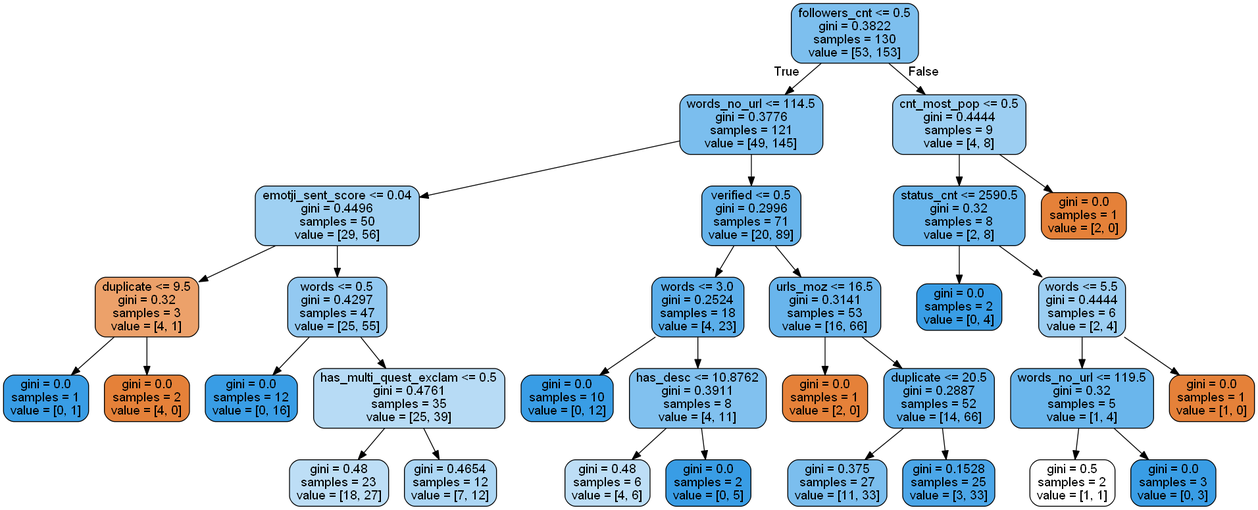
Above: Python/twitter_filter/trees/dtree8.png in burningskies42/Twitter_Analytics (Graphviz), before the change. Its source is kept beside it as Python/twitter_filter/trees/dtree8.dot. Source of this version:
```dot
digraph Tree {
node [shape=box, style="filled, rounded", color="black", fontname=helvetica] ;
edge [fontname=helvetica] ;
0 [label="followers_cnt <= 0.5\ngini = 0.3822\nsamples = 130\nvalue = [53, 153]", fillcolor="#399de5a7"] ;
1 [label="words_no_url <= 114.5\ngini = 0.3776\nsamples = 121\nvalue = [49, 145]", fillcolor="#399de5a9"] ;
0 -> 1 [labeldistance=2.5, labelangle=45, headlabel="True"] ;
2 [label="emotji_sent_score <= 0.04\ngini = 0.4496\nsamples = 50\nvalue = [29, 56]", fillcolor="#399de57b"] ;
1 -> 2 ;
3 [label="duplicate <= 9.5\ngini = 0.32\nsamples = 3\nvalue = [4, 1]", fillcolor="#e58139bf"] ;
2 -> 3 ;
4 [label="gini = 0.0\nsamples = 1\nvalue = [0, 1]", fillcolor="#399de5ff"] ;
3 -> 4 ;
5 [label="gini = 0.0\nsamples = 2\nvalue = [4, 0]", fillcolor="#e58139ff"] ;
3 -> 5 ;
6 [label="words <= 0.5\ngini = 0.4297\nsamples = 47\nvalue = [25, 55]", fillcolor="#399de58b"] ;
2 -> 6 ;
7 [label="gini = 0.0\nsamples = 12\nvalue = [0, 16]", fillcolor="#399de5ff"] ;
6 -> 7 ;
8 [label="has_multi_quest_exclam <= 0.5\ngini = 0.4761\nsamples = 35\nvalue = [25, 39]", fillcolor="#399de55c"] ;
6 -> 8 ;
9 [label="gini = 0.48\nsamples = 23\nvalue = [18, 27]", fillcolor="#399de555"] ;
8 -> 9 ;
10 [label="gini = 0.4654\nsamples = 12\nvalue = [7, 12]", fillcolor="#399de56a"] ;
8 -> 10 ;
11 [label="verified <= 0.5\ngini = 0.2996\nsamples = 71\nvalue = [20, 89]", fillcolor="#399de5c6"] ;
1 -> 11 ;
12 [label="words <= 3.0\ngini = 0.2524\nsamples = 18\nvalue = [4, 23]", fillcolor="#399de5d3"] ;
11 -> 12 ;
13 [label="gini = 0.0\nsamples = 10\nvalue = [0, 12]", fillcolor="#399de5ff"] ;
12 -> 13 ;
14 [label="has_desc <= 10.8762\ngini = 0.3911\nsamples = 8\nvalue = [4, 11]", fillcolor="#399de5a2"] ;
12 -> 14 ;
15 [label="gini = 0.48\nsamples = 6\nvalue = [4, 6]", fillcolor="#399de555"] ;
14 -> 15 ;
16 [label="gini = 0.0\nsamples = 2\nvalue = [0, 5]", fillcolor="#399de5ff"] ;
14 -> 16 ;
17 [label="urls_moz <= 16.5\ngini = 0.3141\nsamples = 53\nvalue = [16, 66]", fillcolor="#399de5c1"] ;
11 -> 17 ;
18 [label="gini = 0.0\nsamples = 1\nvalue = [2, 0]", fillcolor="#e58139ff"] ;
17 -> 18 ;
19 [label="duplicate <= 20.5\ngini = 0.2887\nsamples = 52\nvalue = [14, 66]", fillcolor="#399de5c9"] ;
17 -> 19 ;
20 [label="gini = 0.375\nsamples = 27\nvalue = [11, 33]", fillcolor="#399de5aa"] ;
19 -> 20 ;
21 [label="gini = 0.1528\nsamples = 25\nvalue = [3, 33]", fillcolor="#399de5e8"] ;
19 -> 21 ;
22 [label="cnt_most_pop <= 0.5\ngini = 0.4444\nsamples = 9\nvalue = [4, 8]", fillcolor="#399de57f"] ;
0 -> 22 [labeldistance=2.5, labelangle=-45, headlabel="False"] ;
23 [label="status_cnt <= 2590.5\ngini = 0.32\nsamples = 8\nvalue = [2, 8]", fillcolor="#399de5bf"] ;
22 -> 23 ;
24 [label="gini = 0.0\nsamples = 2\nvalue = [0, 4]", fillcolor="#399de5ff"] ;
23 -> 24 ;
25 [label="words <= 5.5\ngini = 0.4444\nsamples = 6\nvalue = [2, 4]", fillcolor="#399de57f"] ;
23 -> 25 ;
26 [label="words_no_url <= 119.5\ngini = 0.32\nsamples = 5\nvalue = [1, 4]", fillcolor="#399de5bf"] ;
25 -> 26 ;
27 [label="gini = 0.5\nsamples = 2\nvalue = [1, 1]", fillcolor="#e5813900"] ;
26 -> 27 ;
28 [label="gini = 0.0\nsamples = 3\nvalue = [0, 3]", fillcolor="#399de5ff"] ;
26 -> 28 ;
29 [label="gini = 0.0\nsamples = 1\nvalue = [1, 0]", fillcolor="#e58139ff"] ;
25 -> 29 ;
30 [label="gini = 0.0\nsamples = 1\nvalue = [2, 0]", fillcolor="#e58139ff"] ;
22 -> 30 ;
}
```
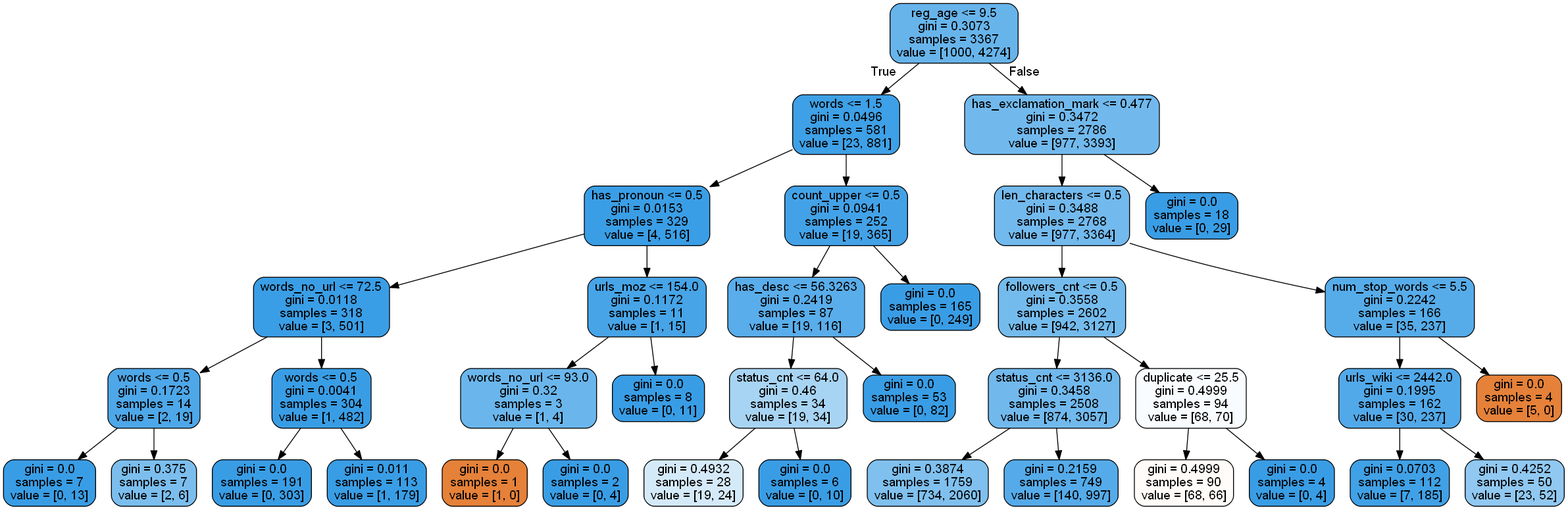
After the change.

Diff of the diagram source:
```diff
@@ -1,65 +1,77 @@
 digraph Tree {
 node [shape=box, style="filled, rounded", color="black", fontname=helvetica] ;
 edge [fontname=helvetica] ;
-0 [label="followers_cnt <= 0.5\ngini = 0.3822\nsamples = 130\nvalue = [53, 153]", fillcolor="#399de5a7"] ;
-1 [label="words_no_url <= 114.5\ngini = 0.3776\nsamples = 121\nvalue = [49, 145]", fillcolor="#399de5a9"] ;
+0 [label="reg_age <= 9.5\ngini = 0.3073\nsamples = 3367\nvalue = [1000, 4274]", fillcolor="#399de5c3"] ;
+1 [label="words <= 1.5\ngini = 0.0496\nsamples = 581\nvalue = [23, 881]", fillcolor="#399de5f8"] ;
 0 -> 1 [labeldistance=2.5, labelangle=45, headlabel="True"] ;
-2 [label="emotji_sent_score <= 0.04\ngini = 0.4496\nsamples = 50\nvalue = [29, 56]", fillcolor="#399de57b"] ;
+2 [label="has_pronoun <= 0.5\ngini = 0.0153\nsamples = 329\nvalue = [4, 516]", fillcolor="#399de5fd"] ;
 1 -> 2 ;
-3 [label="duplicate <= 9.5\ngini = 0.32\nsamples = 3\nvalue = [4, 1]", fillcolor="#e58139bf"] ;
+3 [label="words_no_url <= 72.5\ngini = 0.0118\nsamples = 318\nvalue = [3, 501]", fillcolor="#399de5fd"] ;
 2 -> 3 ;
-4 [label="gini = 0.0\nsamples = 1\nvalue = [0, 1]", fillcolor="#399de5ff"] ;
+4 [label="words <= 0.5\ngini = 0.1723\nsamples = 14\nvalue = [2, 19]", fillcolor="#399de5e4"] ;
 3 -> 4 ;
-5 [label="gini = 0.0\nsamples = 2\nvalue = [4, 0]", fillcolor="#e58139ff"] ;
-3 -> 5 ;
-6 [label="words <= 0.5\ngini = 0.4297\nsamples = 47\nvalue = [25, 55]", fillcolor="#399de58b"] ;
-2 -> 6 ;
-7 [label="gini = 0.0\nsamples = 12\nvalue = [0, 16]", fillcolor="#399de5ff"] ;
-6 -> 7 ;
-8 [label="has_multi_quest_exclam <= 0.5\ngini = 0.4761\nsamples = 35\nvalue = [25, 39]", fillcolor="#399de55c"] ;
-6 -> 8 ;
-9 [label="gini = 0.48\nsamples = 23\nvalue = [18, 27]", fillcolor="#399de555"] ;
-8 -> 9 ;
-10 [label="gini = 0.4654\nsamples = 12\nvalue = [7, 12]", fillcolor="#399de56a"] ;
-8 -> 10 ;
-11 [label="verified <= 0.5\ngini = 0.2996\nsamples = 71\nvalue = [20, 89]", fillcolor="#399de5c6"] ;
-1 -> 11 ;
-12 [label="words <= 3.0\ngini = 0.2524\nsamples = 18\nvalue = [4, 23]", fillcolor="#399de5d3"] ;
+5 [label="gini = 0.0\nsamples = 7\nvalue = [0, 13]", fillcolor="#399de5ff"] ;
+4 -> 5 ;
+6 [label="gini = 0.375\nsamples = 7\nvalue = [2, 6]", fillcolor="#399de5aa"] ;
+4 -> 6 ;
+7 [label="words <= 0.5\ngini = 0.0041\nsamples = 304\nvalue = [1, 482]", fillcolor="#399de5fe"] ;
+3 -> 7 ;
+8 [label="gini = 0.0\nsamples = 191\nvalue = [0, 303]", fillcolor="#399de5ff"] ;
+7 -> 8 ;
+9 [label="gini = 0.011\nsamples = 113\nvalue = [1, 179]", fillcolor="#399de5fe"] ;
+7 -> 9 ;
+10 [label="urls_moz <= 154.0\ngini = 0.1172\nsamples = 11\nvalue = [1, 15]", fillcolor="#399de5ee"] ;
+2 -> 10 ;
+11 [label="words_no_url <= 93.0\ngini = 0.32\nsamples = 3\nvalue = [1, 4]", fillcolor="#399de5bf"] ;
+10 -> 11 ;
+12 [label="gini = 0.0\nsamples = 1\nvalue = [1, 0]", fillcolor="#e58139ff"] ;
 11 -> 12 ;
-13 [label="gini = 0.0\nsamples = 10\nvalue = [0, 12]", fillcolor="#399de5ff"] ;
-12 -> 13 ;
-14 [label="has_desc <= 10.8762\ngini = 0.3911\nsamples = 8\nvalue = [4, 11]", fillcolor="#399de5a2"] ;
-12 -> 14 ;
-15 [label="gini = 0.48\nsamples = 6\nvalue = [4, 6]", fillcolor="#399de555"] ;
-14 -> 15 ;
-16 [label="gini = 0.0\nsamples = 2\nvalue = [0, 5]", fillcolor="#399de5ff"] ;
-14 -> 16 ;
-17 [label="urls_moz <= 16.5\ngini = 0.3141\nsamples = 53\nvalue = [16, 66]", fillcolor="#399de5c1"] ;
-11 -> 17 ;
-18 [label="gini = 0.0\nsamples = 1\nvalue = [2, 0]", fillcolor="#e58139ff"] ;
+13 [label="gini = 0.0\nsamples = 2\nvalue = [0, 4]", fillcolor="#399de5ff"] ;
+11 -> 13 ;
+14 [label="gini = 0.0\nsamples = 8\nvalue = [0, 11]", fillcolor="#399de5ff"] ;
+10 -> 14 ;
+15 [label="count_upper <= 0.5\ngini = 0.0941\nsamples = 252\nvalue = [19, 365]", fillcolor="#399de5f2"] ;
+1 -> 15 ;
+16 [label="has_desc <= 56.3263\ngini = 0.2419\nsamples = 87\nvalue = [19, 116]", fillcolor="#399de5d5"] ;
+15 -> 16 ;
+17 [label="status_cnt <= 64.0\ngini = 0.46\nsamples = 34\nvalue = [19, 34]", fillcolor="#399de570"] ;
+16 -> 17 ;
+18 [label="gini = 0.4932\nsamples = 28\nvalue = [19, 24]", fillcolor="#399de535"] ;
 17 -> 18 ;
-19 [label="duplicate <= 20.5\ngini = 0.2887\nsamples = 52\nvalue = [14, 66]", fillcolor="#399de5c9"] ;
+19 [label="gini = 0.0\nsamples = 6\nvalue = [0, 10]", fillcolor="#399de5ff"] ;
 17 -> 19 ;
-20 [label="gini = 0.375\nsamples = 27\nvalue = [11, 33]", fillcolor="#399de5aa"] ;
-19 -> 20 ;
-21 [label="gini = 0.1528\nsamples = 25\nvalue = [3, 33]", fillcolor="#399de5e8"] ;
-19 -> 21 ;
-22 [label="cnt_most_pop <= 0.5\ngini = 0.4444\nsamples = 9\nvalue = [4, 8]", fillcolor="#399de57f"] ;
+20 [label="gini = 0.0\nsamples = 53\nvalue = [0, 82]", fillcolor="#399de5ff"] ;
+16 -> 20 ;
+21 [label="gini = 0.0\nsamples = 165\nvalue = [0, 249]", fillcolor="#399de5ff"] ;
+15 -> 21 ;
+22 [label="has_exclamation_mark <= 0.477\ngini = 0.3472\nsamples = 2786\nvalue = [977, 3393]", fillcolor="#399de5b6"] ;
 0 -> 22 [labeldistance=2.5, labelangle=-45, headlabel="False"] ;
-23 [label="status_cnt <= 2590.5\ngini = 0.32\nsamples = 8\nvalue = [2, 8]", fillcolor="#399de5bf"] ;
+23 [label="len_characters <= 0.5\ngini = 0.3488\nsamples = 2768\nvalue = [977, 3364]", fillcolor="#399de5b5"] ;
 22 -> 23 ;
-24 [label="gini = 0.0\nsamples = 2\nvalue = [0, 4]", fillcolor="#399de5ff"] ;
+24 [label="followers_cnt <= 0.5\ngini = 0.3558\nsamples = 2602\nvalue = [942, 3127]", fillcolor="#399de5b2"] ;
 23 -> 24 ;
-25 [label="words <= 5.5\ngini = 0.4444\nsamples = 6\nvalue = [2, 4]", fillcolor="#399de57f"] ;
-23 -> 25 ;
-26 [label="words_no_url <= 119.5\ngini = 0.32\nsamples = 5\nvalue = [1, 4]", fillcolor="#399de5bf"] ;
+25 [label="status_cnt <= 3136.0\ngini = 0.3458\nsamples = 2508\nvalue = [874, 3057]", fillcolor="#399de5b6"] ;
+24 -> 25 ;
+26 [label="gini = 0.3874\nsamples = 1759\nvalue = [734, 2060]", fillcolor="#399de5a4"] ;
 25 -> 26 ;
-27 [label="gini = 0.5\nsamples = 2\nvalue = [1, 1]", fillcolor="#e5813900"] ;
-26 -> 27 ;
-28 [label="gini = 0.0\nsamples = 3\nvalue = [0, 3]", fillcolor="#399de5ff"] ;
-26 -> 28 ;
-29 [label="gini = 0.0\nsamples = 1\nvalue = [1, 0]", fillcolor="#e58139ff"] ;
-25 -> 29 ;
-30 [label="gini = 0.0\nsamples = 1\nvalue = [2, 0]", fillcolor="#e58139ff"] ;
-22 -> 30 ;
+27 [label="gini = 0.2159\nsamples = 749\nvalue = [140, 997]", fillcolor="#399de5db"] ;
+25 -> 27 ;
+28 [label="duplicate <= 25.5\ngini = 0.4999\nsamples = 94\nvalue = [68, 70]", fillcolor="#399de507"] ;
+24 -> 28 ;
+29 [label="gini = 0.4999\nsamples = 90\nvalue = [68, 66]", fillcolor="#e5813908"] ;
+28 -> 29 ;
+30 [label="gini = 0.0\nsamples = 4\nvalue = [0, 4]", fillcolor="#399de5ff"] ;
+28 -> 30 ;
+31 [label="num_stop_words <= 5.5\ngini = 0.2242\nsamples = 166\nvalue = [35, 237]", fillcolor="#399de5d9"] ;
+23 -> 31 ;
+32 [label="urls_wiki <= 2442.0\ngini = 0.1995\nsamples = 162\nvalue = [30, 237]", fillcolor="#399de5df"] ;
+31 -> 32 ;
+33 [label="gini = 0.0703\nsamples = 112\nvalue = [7, 185]", fillcolor="#399de5f5"] ;
+32 -> 33 ;
+34 [label="gini = 0.4252\nsamples = 50\nvalue = [23, 52]", fillcolor="#399de58e"] ;
+32 -> 34 ;
+35 [label="gini = 0.0\nsamples = 4\nvalue = [5, 0]", fillcolor="#e58139ff"] ;
+31 -> 35 ;
+36 [label="gini = 0.0\nsamples = 18\nvalue = [0, 29]", fillcolor="#399de5ff"] ;
+22 -> 36 ;
 }
```
